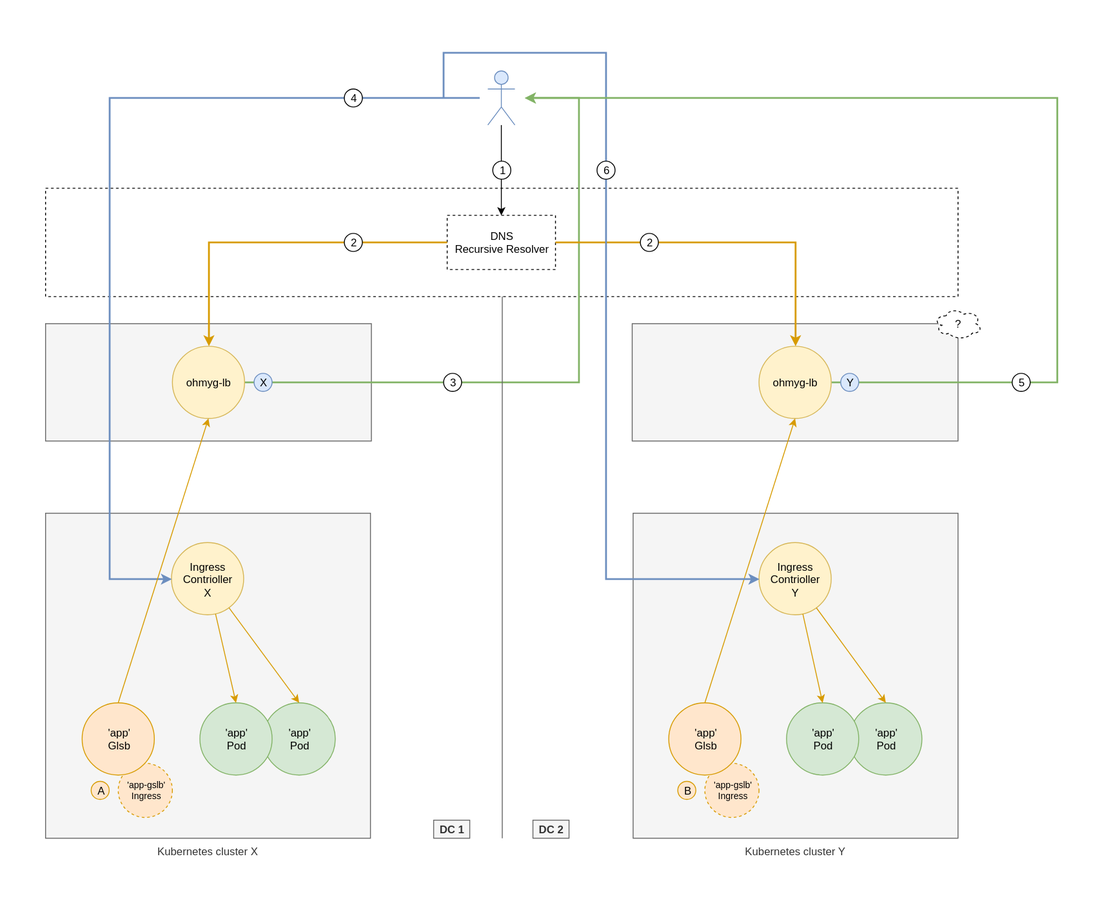
Before: docs/images/gslb-basic-multi-cluster.svg, a diagram exported from draw.io (k8gb-io/k8gb). Source tidied: cells renumbered, new cells last; positions are measured from the earlier drawing's top-left corner, leaving out a move shared by most shapes.
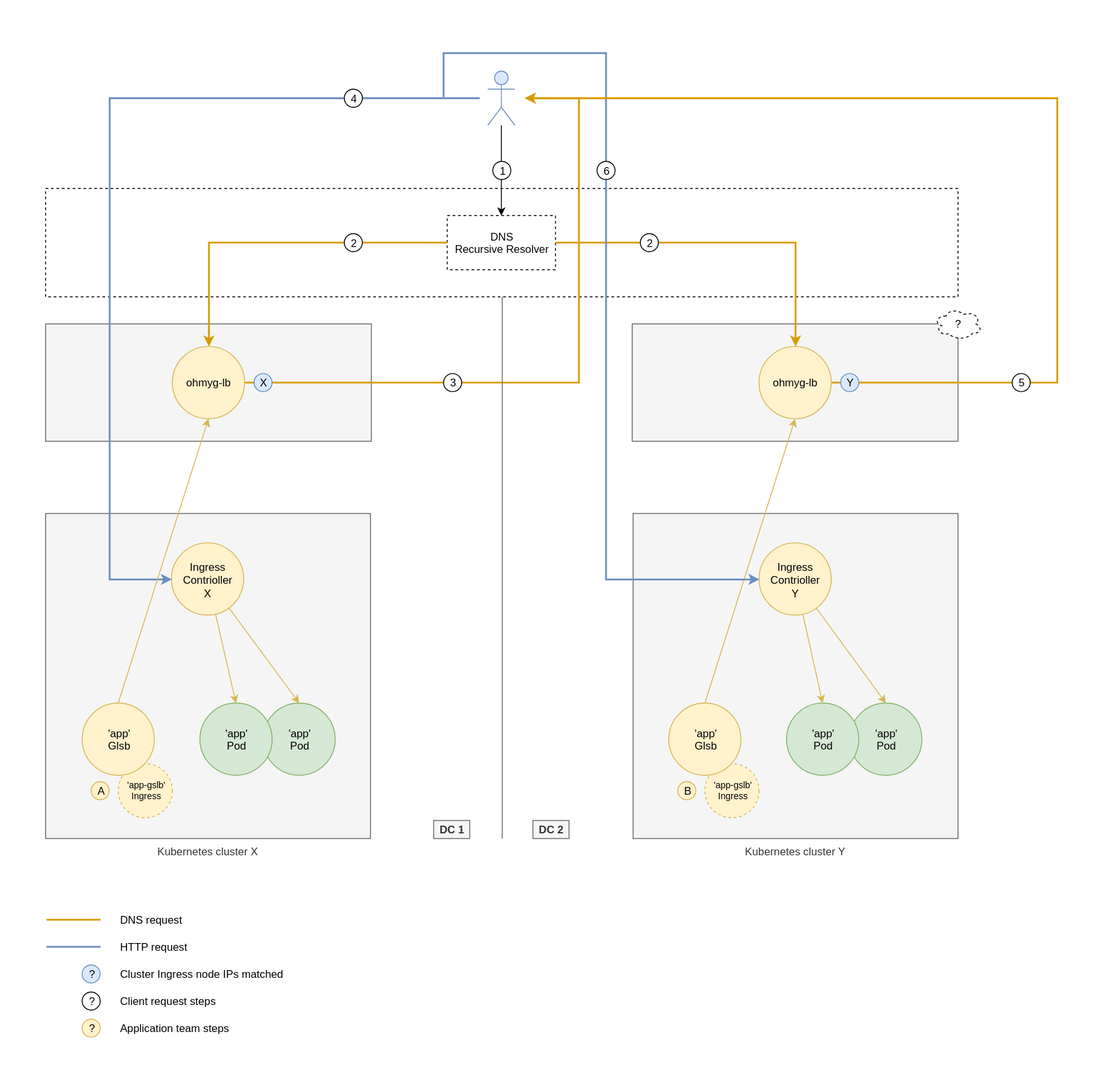
Later version of the same file.

What changed in the source:
```diff
@@ -26,13 +26,13 @@
     <mxCell id="9" value="'app'&lt;br&gt;Pod" style="ellipse;whiteSpace=wrap;html=1;fillColor=#d5e8d4;strokeColor=#82b366;" parent="1" vertex="1">
       <mxGeometry x="241" y="720" width="80" height="80" as="geometry" />
     </mxCell>
-    <mxCell id="10" style="edgeStyle=none;rounded=0;jettySize=auto;html=1;entryX=0.5;entryY=0;entryDx=0;entryDy=0;fillColor=#ffe6cc;strokeColor=#d79b00;" parent="1" edge="1" source="8" target="9">
+    <mxCell id="10" style="edgeStyle=none;rounded=0;jettySize=auto;html=1;entryX=0.5;entryY=0;entryDx=0;entryDy=0;fillColor=#fff2cc;strokeColor=#d6b656;" parent="1" edge="1" source="8" target="9">
       <mxGeometry relative="1" as="geometry" />
     </mxCell>
     <mxCell id="11" value="'app'&lt;br&gt;Pod" style="ellipse;whiteSpace=wrap;html=1;fillColor=#d5e8d4;strokeColor=#82b366;" parent="1" vertex="1">
       <mxGeometry x="171" y="720" width="80" height="80" as="geometry" />
     </mxCell>
-    <mxCell id="12" style="rounded=0;jettySize=auto;html=1;entryX=0.5;entryY=0;entryDx=0;entryDy=0;fillColor=#ffe6cc;strokeColor=#d79b00;" parent="1" edge="1" source="8" target="11">
+    <mxCell id="12" style="rounded=0;jettySize=auto;html=1;entryX=0.5;entryY=0;entryDx=0;entryDy=0;fillColor=#fff2cc;strokeColor=#d6b656;" parent="1" edge="1" source="8" target="11">
       <mxGeometry relative="1" as="geometry" />
     </mxCell>
     <mxCell id="13" style="rounded=0;whiteSpace=wrap;html=1;fillColor=#f5f5f5;strokeColor=#666666;fontColor=#333333;" parent="1" vertex="1">
@@ -50,24 +50,24 @@
     <mxCell id="17" value="ohmyg-lb" style="ellipse;whiteSpace=wrap;html=1;fillColor=#fff2cc;strokeColor=#d6b656;" parent="1" vertex="1">
       <mxGeometry x="790.5" y="325" width="80" height="80" as="geometry" />
     </mxCell>
-    <mxCell id="18" style="edgeStyle=orthogonalEdgeStyle;rounded=0;jettySize=auto;html=1;entryX=0;entryY=0.5;entryDx=0;entryDy=0;fillColor=#dae8fc;strokeColor=#6c8ebf;strokeWidth=2;" parent="1" edge="1" target="8">
-      <mxGeometry relative="1" as="geometry">
-        <mxPoint x="481" y="50" as="sourcePoint" />
-        <Array as="points">
-          <mxPoint x="71" y="50" />
-          <mxPoint x="71" y="583" />
-        </Array>
-      </mxGeometry>
-    </mxCell>
-    <mxCell id="19" style="edgeStyle=orthogonalEdgeStyle;rounded=0;jettySize=auto;html=1;exitX=1;exitY=0.5;exitDx=0;exitDy=0;fillColor=#d5e8d4;strokeColor=#82b366;strokeWidth=2;" parent="1" edge="1" source="14">
-      <mxGeometry relative="1" as="geometry">
-        <mxPoint x="531" y="50" as="targetPoint" />
-        <Array as="points">
-          <mxPoint x="591" y="365" />
-          <mxPoint x="591" y="50" />
-        </Array>
-      </mxGeometry>
-    </mxCell>
+    <mxCell id="50" style="edgeStyle=orthogonalEdgeStyle;rounded=0;jettySize=auto;html=1;entryX=0;entryY=0.5;entryDx=0;entryDy=0;fillColor=#dae8fc;strokeColor=#6c8ebf;strokeWidth=2;" parent="1" edge="1" target="8">
+      <mxGeometry relative="1" as="geometry">
+        <mxPoint x="481" y="50" as="sourcePoint" />
+        <Array as="points">
+          <mxPoint x="71" y="50" />
+          <mxPoint x="71" y="583" />
+        </Array>
+      </mxGeometry>
+    </mxCell>
+    <mxCell id="51" style="edgeStyle=orthogonalEdgeStyle;rounded=0;jettySize=auto;html=1;exitX=1;exitY=0.5;exitDx=0;exitDy=0;fillColor=#ffe6cc;strokeColor=#d79b00;strokeWidth=2;" parent="1" edge="1" source="14">
+      <mxGeometry relative="1" as="geometry">
+        <mxPoint x="531" y="50" as="targetPoint" />
+        <Array as="points">
+          <mxPoint x="591" y="365" />
+          <mxPoint x="591" y="50" />
+        </Array>
+      </mxGeometry>
+    </mxCell>
     <mxCell id="20" style="edgeStyle=orthogonalEdgeStyle;rounded=0;jettySize=auto;html=1;entryX=0.5;entryY=0;entryDx=0;entryDy=0;fillColor=#ffe6cc;strokeColor=#d79b00;strokeWidth=2;" parent="1" edge="1" source="5" target="14">
       <mxGeometry relative="1" as="geometry">
         <Array as="points">
@@ -81,12 +81,12 @@
     <mxCell id="22" value="4" style="ellipse;whiteSpace=wrap;html=1;fillColor=#FFFFFF;" parent="1" vertex="1">
       <mxGeometry x="331" y="40" width="20" height="20" as="geometry" />
     </mxCell>
-    <mxCell id="23" style="endArrow=none;html=1;strokeWidth=1;fillColor=#f5f5f5;strokeColor=#666666;rounded=0;" parent="1" edge="1">
-      <mxGeometry relative="1" as="geometry">
-        <mxPoint x="506" y="870" as="sourcePoint" />
-        <mxPoint x="506" y="270" as="targetPoint" />
-      </mxGeometry>
-    </mxCell>
+    <mxCell id="52" style="endArrow=none;html=1;strokeWidth=1;fillColor=#f5f5f5;strokeColor=#666666;rounded=0;" parent="1" edge="1">
+      <mxGeometry relative="1" as="geometry">
+        <mxPoint x="506" y="870" as="sourcePoint" />
+        <mxPoint x="506" y="270" as="targetPoint" />
+      </mxGeometry>
+    </mxCell>
     <mxCell id="24" value="DC 1" style="text;html=1;align=center;verticalAlign=top;spacingTop=-4;fontStyle=1;fillColor=#f5f5f5;strokeColor=#666666;fontColor=#333333;" parent="1" vertex="1">
       <mxGeometry x="430" y="850" width="40" height="20" as="geometry" />
     </mxCell>
@@ -102,18 +102,18 @@
     <mxCell id="28" value="?" style="ellipse;shape=cloud;whiteSpace=wrap;html=1;dashed=1;" parent="1" vertex="1">
       <mxGeometry x="984.5" y="282.5" width="53" height="35" as="geometry" />
     </mxCell>
-    <mxCell id="29" value="A" style="ellipse;whiteSpace=wrap;html=1;fillColor=#ffe6cc;strokeColor=#d79b00;" parent="1" vertex="1">
+    <mxCell id="29" value="A" style="ellipse;whiteSpace=wrap;html=1;fillColor=#fff2cc;strokeColor=#d6b656;" parent="1" vertex="1">
       <mxGeometry x="50.5" y="807" width="20" height="20" as="geometry" />
     </mxCell>
-    <mxCell id="30" value="'app-gslb'&lt;br style=&quot;font-size: 10px;&quot;&gt;Ingress" style="ellipse;whiteSpace=wrap;html=1;fillColor=#ffe6cc;strokeColor=#d79b00;fontSize=10;dashed=1;" parent="1" vertex="1">
-      <mxGeometry x="80.5" y="787" width="60" height="60" as="geometry" />
-    </mxCell>
-    <mxCell id="31" style="edgeStyle=none;rounded=0;jettySize=auto;html=1;exitX=0.5;exitY=0;exitDx=0;exitDy=0;entryX=0.5;entryY=1;entryDx=0;entryDy=0;strokeWidth=1;fontSize=10;fillColor=#ffe6cc;strokeColor=#d79b00;" parent="1" edge="1" source="32" target="14">
-      <mxGeometry relative="1" as="geometry" />
-    </mxCell>
-    <mxCell id="32" value="'app'&lt;br&gt;Glsb" style="ellipse;whiteSpace=wrap;html=1;fillColor=#ffe6cc;strokeColor=#d79b00;" parent="1" vertex="1">
-      <mxGeometry x="40.5" y="720" width="80" height="80" as="geometry" />
-    </mxCell>
+    <mxCell id="53" value="'app-gslb'&lt;br style=&quot;font-size: 10px;&quot;&gt;Ingress" style="ellipse;whiteSpace=wrap;html=1;fillColor=#fff2cc;strokeColor=#d6b656;fontSize=10;dashed=1;" parent="1" vertex="1">
+      <mxGeometry x="80.5" y="787" width="60" height="60" as="geometry" />
+    </mxCell>
+    <mxCell id="54" style="edgeStyle=none;rounded=0;jettySize=auto;html=1;exitX=0.5;exitY=0;exitDx=0;exitDy=0;entryX=0.5;entryY=1;entryDx=0;entryDy=0;strokeWidth=1;fontSize=10;fillColor=#fff2cc;strokeColor=#d6b656;" parent="1" edge="1" source="55" target="14">
+      <mxGeometry relative="1" as="geometry" />
+    </mxCell>
+    <mxCell id="55" value="'app'&lt;br&gt;Glsb" style="ellipse;whiteSpace=wrap;html=1;fillColor=#fff2cc;strokeColor=#d6b656;" parent="1" vertex="1">
+      <mxGeometry x="40.5" y="720" width="80" height="80" as="geometry" />
+    </mxCell>
     <mxCell id="33" value="Kubernetes cluster Y" style="rounded=0;whiteSpace=wrap;html=1;fillColor=#f5f5f5;strokeColor=#666666;fontColor=#333333;labelPosition=center;verticalLabelPosition=bottom;align=center;verticalAlign=top;" parent="1" vertex="1">
       <mxGeometry x="651" y="510" width="360" height="360" as="geometry" />
     </mxCell>
@@ -123,51 +123,51 @@
     <mxCell id="35" value="'app'&lt;br&gt;Pod" style="ellipse;whiteSpace=wrap;html=1;fillColor=#d5e8d4;strokeColor=#82b366;" parent="1" vertex="1">
       <mxGeometry x="891" y="720" width="80" height="80" as="geometry" />
     </mxCell>
-    <mxCell id="36" style="edgeStyle=none;rounded=0;jettySize=auto;html=1;entryX=0.5;entryY=0;entryDx=0;entryDy=0;fillColor=#ffe6cc;strokeColor=#d79b00;" parent="1" edge="1" source="34" target="35">
+    <mxCell id="36" style="edgeStyle=none;rounded=0;jettySize=auto;html=1;entryX=0.5;entryY=0;entryDx=0;entryDy=0;fillColor=#fff2cc;strokeColor=#d6b656;" parent="1" edge="1" source="34" target="35">
       <mxGeometry relative="1" as="geometry" />
     </mxCell>
     <mxCell id="37" value="'app'&lt;br&gt;Pod" style="ellipse;whiteSpace=wrap;html=1;fillColor=#d5e8d4;strokeColor=#82b366;" parent="1" vertex="1">
       <mxGeometry x="821" y="720" width="80" height="80" as="geometry" />
     </mxCell>
-    <mxCell id="38" style="rounded=0;jettySize=auto;html=1;entryX=0.5;entryY=0;entryDx=0;entryDy=0;fillColor=#ffe6cc;strokeColor=#d79b00;" parent="1" edge="1" source="34" target="37">
+    <mxCell id="38" style="rounded=0;jettySize=auto;html=1;entryX=0.5;entryY=0;entryDx=0;entryDy=0;fillColor=#fff2cc;strokeColor=#d6b656;" parent="1" edge="1" source="34" target="37">
       <mxGeometry relative="1" as="geometry" />
     </mxCell>
-    <mxCell id="39" value="B" style="ellipse;whiteSpace=wrap;html=1;fillColor=#ffe6cc;strokeColor=#d79b00;" parent="1" vertex="1">
+    <mxCell id="39" value="B" style="ellipse;whiteSpace=wrap;html=1;fillColor=#fff2cc;strokeColor=#d6b656;" parent="1" vertex="1">
       <mxGeometry x="700.5" y="807" width="20" height="20" as="geometry" />
     </mxCell>
-    <mxCell id="40" value="'app-gslb'&lt;br style=&quot;font-size: 10px;&quot;&gt;Ingress" style="ellipse;whiteSpace=wrap;html=1;fillColor=#ffe6cc;strokeColor=#d79b00;fontSize=10;dashed=1;" parent="1" vertex="1">
-      <mxGeometry x="730.5" y="787" width="60" height="60" as="geometry" />
-    </mxCell>
-    <mxCell id="41" value="'app'&lt;br&gt;Glsb" style="ellipse;whiteSpace=wrap;html=1;fillColor=#ffe6cc;strokeColor=#d79b00;" parent="1" vertex="1">
-      <mxGeometry x="690.5" y="720" width="80" height="80" as="geometry" />
-    </mxCell>
-    <mxCell id="42" style="edgeStyle=none;rounded=0;jettySize=auto;html=1;exitX=0.5;exitY=0;exitDx=0;exitDy=0;entryX=0.5;entryY=1;entryDx=0;entryDy=0;strokeWidth=1;fontSize=10;fillColor=#ffe6cc;strokeColor=#d79b00;" parent="1" edge="1" source="41" target="17">
-      <mxGeometry relative="1" as="geometry" />
-    </mxCell>
-    <mxCell id="43" style="edgeStyle=orthogonalEdgeStyle;rounded=0;jettySize=auto;html=1;strokeWidth=2;fillColor=#dae8fc;strokeColor=#6c8ebf;entryX=0;entryY=0.5;entryDx=0;entryDy=0;" parent="1" edge="1" target="34">
-      <mxGeometry relative="1" as="geometry">
-        <mxPoint x="441" y="50" as="sourcePoint" />
-        <Array as="points">
-          <mxPoint x="441" />
-          <mxPoint x="621" />
-          <mxPoint x="621" y="583" />
-        </Array>
-      </mxGeometry>
-    </mxCell>
+    <mxCell id="56" value="'app-gslb'&lt;br style=&quot;font-size: 10px;&quot;&gt;Ingress" style="ellipse;whiteSpace=wrap;html=1;fillColor=#fff2cc;strokeColor=#d6b656;fontSize=10;dashed=1;" parent="1" vertex="1">
+      <mxGeometry x="730.5" y="787" width="60" height="60" as="geometry" />
+    </mxCell>
+    <mxCell id="57" value="'app'&lt;br&gt;Glsb" style="ellipse;whiteSpace=wrap;html=1;fillColor=#fff2cc;strokeColor=#d6b656;" parent="1" vertex="1">
+      <mxGeometry x="690.5" y="720" width="80" height="80" as="geometry" />
+    </mxCell>
+    <mxCell id="58" style="edgeStyle=none;rounded=0;jettySize=auto;html=1;exitX=0.5;exitY=0;exitDx=0;exitDy=0;entryX=0.5;entryY=1;entryDx=0;entryDy=0;strokeWidth=1;fontSize=10;fillColor=#fff2cc;strokeColor=#d6b656;" parent="1" edge="1" source="57" target="17">
+      <mxGeometry relative="1" as="geometry" />
+    </mxCell>
+    <mxCell id="59" style="edgeStyle=orthogonalEdgeStyle;rounded=0;jettySize=auto;html=1;strokeWidth=2;fillColor=#dae8fc;strokeColor=#6c8ebf;entryX=0;entryY=0.5;entryDx=0;entryDy=0;" parent="1" edge="1" target="34">
+      <mxGeometry relative="1" as="geometry">
+        <mxPoint x="441" y="50" as="sourcePoint" />
+        <Array as="points">
+          <mxPoint x="441" />
+          <mxPoint x="621" />
+          <mxPoint x="621" y="583" />
+        </Array>
+      </mxGeometry>
+    </mxCell>
     <mxCell id="44" value="2" style="ellipse;whiteSpace=wrap;html=1;fillColor=#FFFFFF;" parent="1" vertex="1">
       <mxGeometry x="659" y="200" width="20" height="20" as="geometry" />
     </mxCell>
-    <mxCell id="45" style="edgeStyle=orthogonalEdgeStyle;rounded=0;orthogonalLoop=1;jettySize=auto;html=1;fillColor=#d5e8d4;strokeColor=#82b366;strokeWidth=2;" parent="1" edge="1">
-      <mxGeometry relative="1" as="geometry">
-        <mxPoint x="871" y="365" as="sourcePoint" />
-        <mxPoint x="531" y="50" as="targetPoint" />
-        <Array as="points">
-          <mxPoint x="1121" y="365" />
-          <mxPoint x="1121" y="50" />
-          <mxPoint x="541" y="50" />
-        </Array>
-      </mxGeometry>
-    </mxCell>
+    <mxCell id="60" style="edgeStyle=orthogonalEdgeStyle;rounded=0;orthogonalLoop=1;jettySize=auto;html=1;fillColor=#ffe6cc;strokeColor=#d79b00;strokeWidth=2;" parent="1" edge="1">
+      <mxGeometry relative="1" as="geometry">
+        <mxPoint x="871" y="365" as="sourcePoint" />
+        <mxPoint x="531" y="50" as="targetPoint" />
+        <Array as="points">
+          <mxPoint x="1121" y="365" />
+          <mxPoint x="1121" y="50" />
+          <mxPoint x="541" y="50" />
+        </Array>
+      </mxGeometry>
+    </mxCell>
     <mxCell id="46" value="5" style="ellipse;whiteSpace=wrap;html=1;fillColor=#FFFFFF;" parent="1" vertex="1">
       <mxGeometry x="1071" y="355" width="20" height="20" as="geometry" />
     </mxCell>
@@ -180,5 +180,56 @@
     <mxCell id="49" value="X" style="ellipse;whiteSpace=wrap;html=1;fillColor=#dae8fc;strokeColor=#6c8ebf;" parent="1" vertex="1">
       <mxGeometry x="231" y="355" width="20" height="20" as="geometry" />
     </mxCell>
+    <mxCell id="61" style="group;" parent="1" vertex="1">
+      <mxGeometry x="1" y="980" width="201" height="20" as="geometry" />
+    </mxCell>
+    <mxCell id="62" style="endArrow=none;html=1;fillColor=#dae8fc;strokeColor=#6c8ebf;strokeWidth=2;" parent="61" edge="1">
+      <mxGeometry relative="1" as="geometry">
+        <mxPoint y="10" as="sourcePoint" />
+        <mxPoint x="60" y="10" as="targetPoint" />
+      </mxGeometry>
+    </mxCell>
+    <mxCell id="63" value="HTTP request" style="text;html=1;strokeColor=none;fillColor=none;align=left;verticalAlign=middle;whiteSpace=wrap;rounded=0;" parent="61" vertex="1">
+      <mxGeometry x="80" width="121" height="20" as="geometry" />
+    </mxCell>
+    <mxCell id="64" style="group;" parent="1" vertex="1">
+      <mxGeometry x="1" y="950" width="201" height="20" as="geometry" />
+    </mxCell>
+    <mxCell id="65" style="endArrow=none;html=1;fillColor=#ffe6cc;strokeColor=#d79b00;strokeWidth=2;" parent="64" edge="1">
+      <mxGeometry relative="1" as="geometry">
+        <mxPoint y="10" as="sourcePoint" />
+        <mxPoint x="60" y="10" as="targetPoint" />
+      </mxGeometry>
+    </mxCell>
+    <mxCell id="66" value="DNS request" style="text;html=1;strokeColor=none;fillColor=none;align=left;verticalAlign=middle;whiteSpace=wrap;rounded=0;" parent="64" vertex="1">
+      <mxGeometry x="80" width="121" height="20" as="geometry" />
+    </mxCell>
+    <mxCell id="67" style="group;" parent="1" vertex="1">
+      <mxGeometry x="40.5" y="1010" width="240.5" height="20" as="geometry" />
+    </mxCell>
+    <mxCell id="68" value="?" style="ellipse;whiteSpace=wrap;html=1;fillColor=#dae8fc;strokeColor=#6c8ebf;" parent="67" vertex="1">
+      <mxGeometry width="20" height="20" as="geometry" />
+    </mxCell>
+    <mxCell id="69" value="Cluster Ingress node IPs matched" style="text;html=1;strokeColor=none;fillColor=none;align=left;verticalAlign=middle;whiteSpace=wrap;rounded=0;" parent="67" vertex="1">
+      <mxGeometry x="40.5" width="200" height="20" as="geometry" />
+    </mxCell>
+    <mxCell id="70" style="group;" parent="1" vertex="1">
+      <mxGeometry x="40.5" y="1040" width="240.5" height="20" as="geometry" />
+    </mxCell>
+    <mxCell id="71" value="?" style="ellipse;whiteSpace=wrap;html=1;fillColor=#FFFFFF;" parent="70" vertex="1">
+      <mxGeometry width="20" height="20" as="geometry" />
+    </mxCell>
+    <mxCell id="72" value="Client request steps" style="text;html=1;strokeColor=none;fillColor=none;align=left;verticalAlign=middle;whiteSpace=wrap;rounded=0;" parent="70" vertex="1">
+      <mxGeometry x="40.5" width="200" height="20" as="geometry" />
+    </mxCell>
+    <mxCell id="73" style="group;" parent="1" vertex="1">
+      <mxGeometry x="40.5" y="1070" width="240.5" height="20" as="geometry" />
+    </mxCell>
+    <mxCell id="74" value="?" style="ellipse;whiteSpace=wrap;html=1;fillColor=#fff2cc;strokeColor=#d6b656;" parent="73" vertex="1">
+      <mxGeometry width="20" height="20" as="geometry" />
+    </mxCell>
+    <mxCell id="75" value="Application team steps" style="text;html=1;strokeColor=none;fillColor=none;align=left;verticalAlign=middle;whiteSpace=wrap;rounded=0;" parent="73" vertex="1">
+      <mxGeometry x="40.5" width="200" height="20" as="geometry" />
+    </mxCell>
   </root>
 </mxGraphModel>
```
